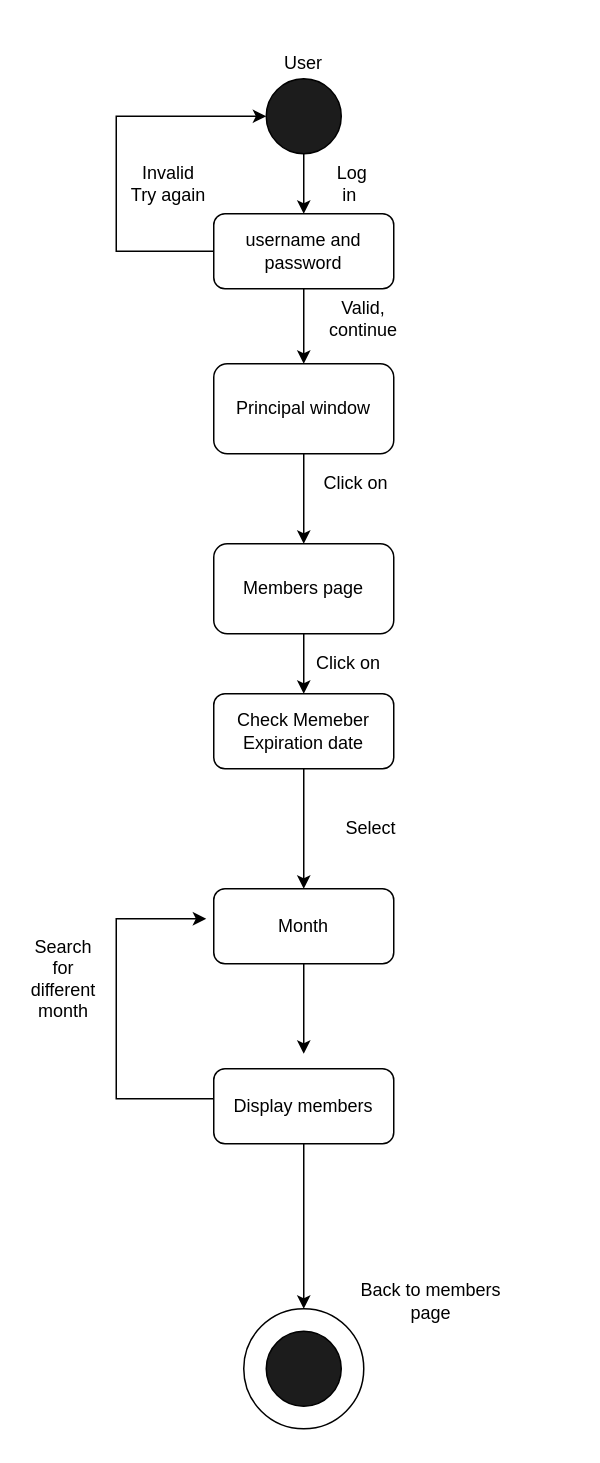
This is page "StateDiagramSearchExpirationMonth" (2 of 4) of DiagramsToPresent.drawio from schwei322/CS1C-Project2, a draw.io file, before an edit. Source tidied: cells renumbered, new cells numbered last; positions are measured from the earlier drawing's top-left corner, leaving out a move shared by most shapes. Both pictures are drawn from the tidied source at 150%, with x=0, y=0 at pixel (26, 48).
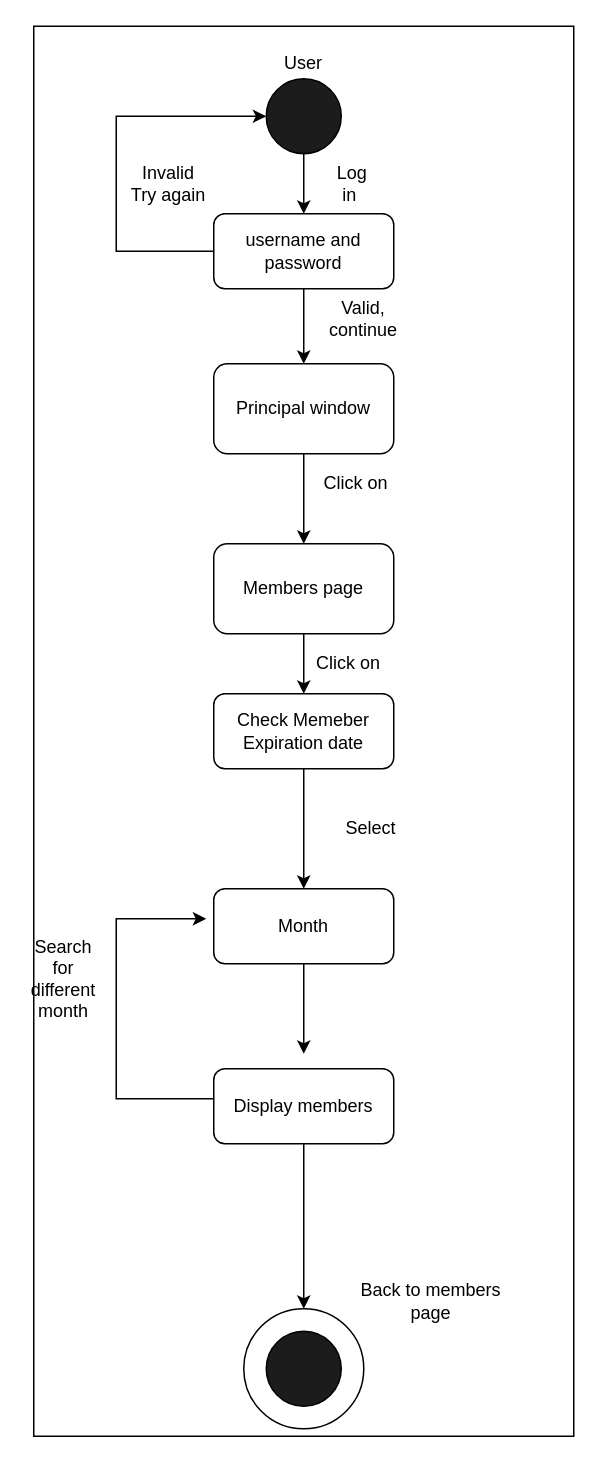
After the change.

Diff of the diagram source:
```diff
@@
+    <mxCell id="29" style="rounded=0;whiteSpace=wrap;html=1;fillColor=none;" parent="1" vertex="1">
+      <mxGeometry x="5" y="-15" width="360" height="940" as="geometry" />
+    </mxCell>
```
